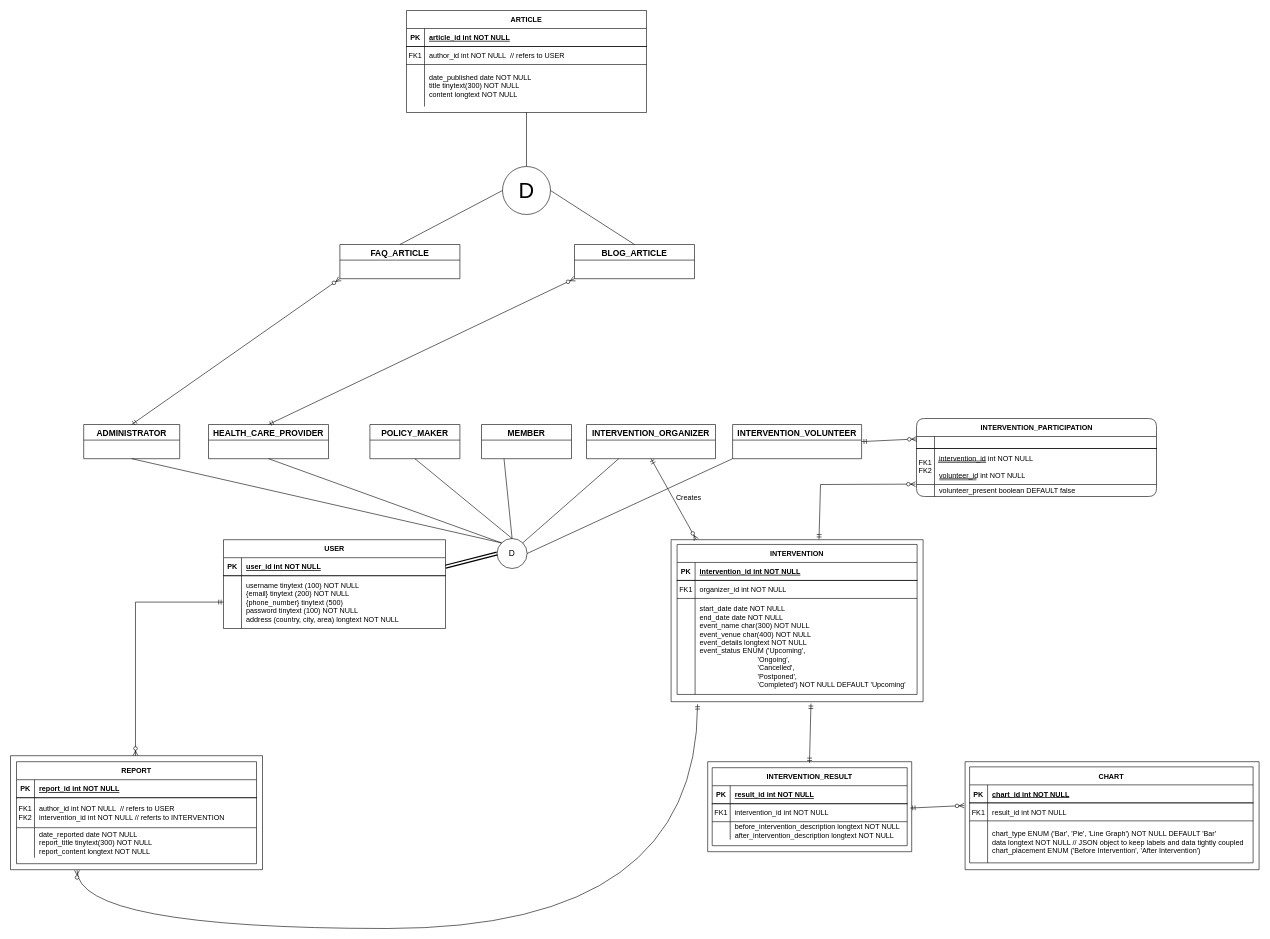
Before: EERD.drawio in BloodRiver/public-health-interventions, a draw.io diagram. Source tidied: cells renumbered, new cells numbered last; positions are measured from the earlier drawing's top-left corner, leaving out a move shared by most shapes. Both pictures are drawn from the tidied source at 60%, with x=0, y=0 at pixel (10, 10).
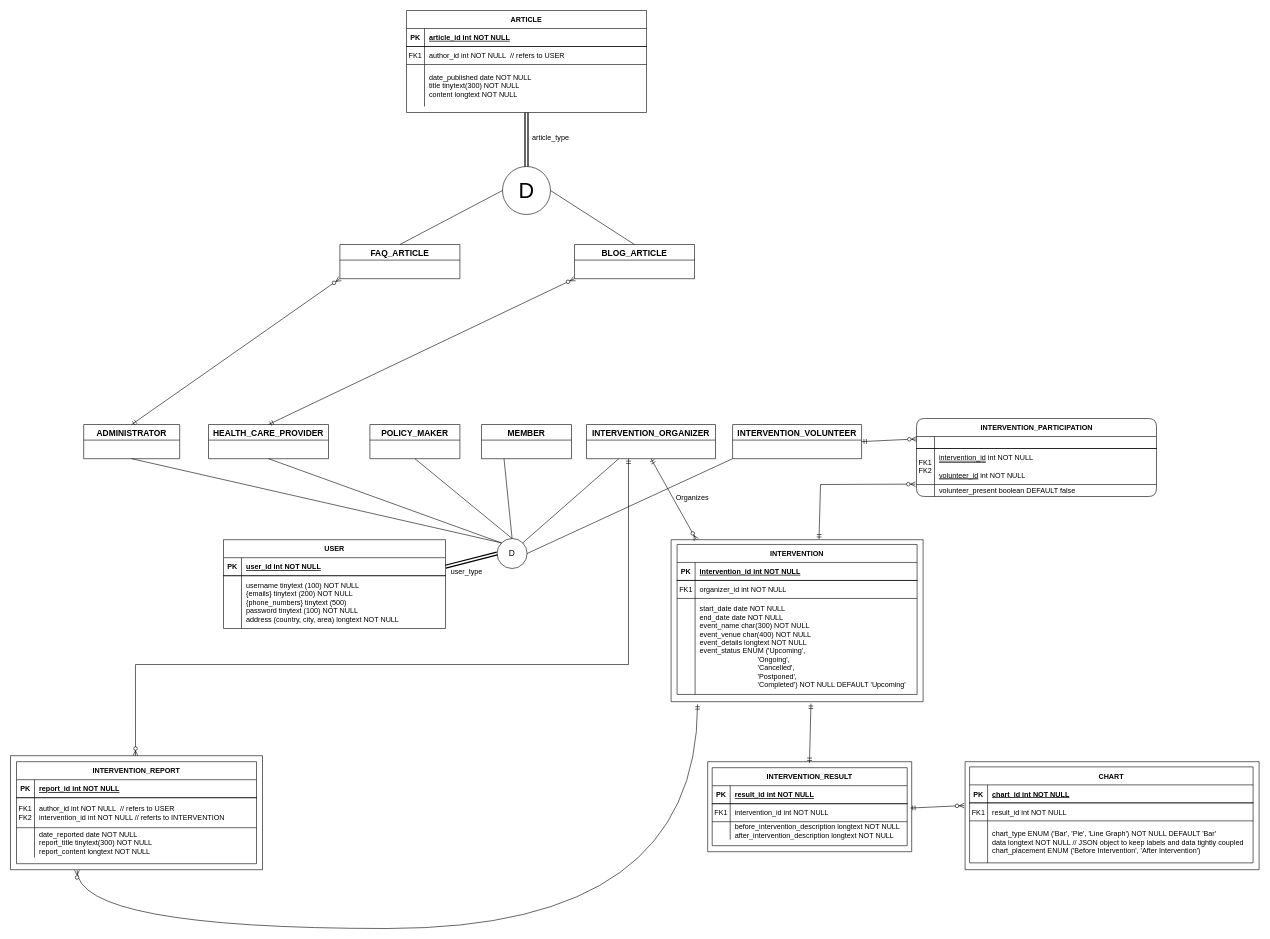
The same page after the edit.

The change refers to these unchanged cells:
```xml
<mxCell id="6" style="shape=partialRectangle;fillColor=none;points=[[0,0.5],[1,0.5]];portConstraint=eastwest;top=0;left=0;right=0;bottom=0;" parent="2" vertex="1">
  <mxGeometry y="60" width="370" height="88" as="geometry" />
</mxCell>
<mxCell id="48" value="ARTICLE" style="shape=table;startSize=30;childLayout=tableLayout;rowLines=1;fontStyle=1;align=center;strokeColor=default;noLabel=0;" parent="1" vertex="1">
  <mxGeometry x="660" width="400" height="170" as="geometry" />
</mxCell>
<mxCell id="68" value="&lt;font style=&quot;font-size: 36px;&quot;&gt;D&lt;/font&gt;" style="ellipse;whiteSpace=wrap;html=1;" parent="1" vertex="1">
  <mxGeometry x="820" y="260" width="80" height="80" as="geometry" />
</mxCell>
<mxCell id="74" style="group;" parent="1" vertex="1">
  <mxGeometry y="1242" width="420" height="190" as="geometry" />
</mxCell>
<mxCell id="75" style="verticalLabelPosition=bottom;verticalAlign=top;html=1;shape=mxgraph.basic.rect;fillColor2=none;strokeWidth=1;size=20;indent=5;fillColor=none;" parent="74" vertex="1">
  <mxGeometry width="420" height="190" as="geometry" />
</mxCell>
<mxCell id="97" style="group;" parent="1" vertex="1">
  <mxGeometry x="1510" y="680" width="400" height="130" as="geometry" />
</mxCell>
<mxCell id="102" style="shape=partialRectangle;fillColor=none;points=[[0,0.5],[1,0.5]];portConstraint=eastwest;top=0;left=0;right=0;bottom=0;" parent="98" vertex="1">
  <mxGeometry y="50" width="400" height="60" as="geometry" />
</mxCell>
```

The edit, as a diff of the source:
```diff
@@
-    <mxCell id="8" value="username tinytext (100) NOT NULL&#10;{email} tinytext (200) NOT NULL&#10;{phone_number} tinytext (500)&#10;password tinytext (100) NOT NULL&#10;address (country, city, area) longtext NOT NULL" style="shape=partialRectangle;overflow=hidden;fillColor=none;top=0;left=0;bottom=0;right=0;align=left;spacingLeft=6;" parent="6" vertex="1">
+    <mxCell id="8" value="username tinytext (100) NOT NULL&#10;{emails} tinytext (200) NOT NULL&#10;{phone_numbers} tinytext (500)&#10;password tinytext (100) NOT NULL&#10;address (country, city, area) longtext NOT NULL" style="shape=partialRectangle;overflow=hidden;fillColor=none;top=0;left=0;bottom=0;right=0;align=left;spacingLeft=6;" parent="6" vertex="1">
       <mxGeometry x="30" width="340" height="88" as="geometry" />
     </mxCell>
@@
-    <mxCell id="58" style="edgeStyle=orthogonalEdgeStyle;fontSize=12;html=1;endArrow=ERzeroToMany;startArrow=ERmandOne;rounded=0;exitX=0;exitY=0.5;exitDx=0;exitDy=0;entryX=0.496;entryY=0;entryDx=0;entryDy=0;entryPerimeter=0;" parent="1" edge="1" source="6" target="75">
-      <mxGeometry relative="1" as="geometry" />
+    <mxCell id="58" style="edgeStyle=orthogonalEdgeStyle;fontSize=12;html=1;endArrow=ERzeroToMany;startArrow=ERmandOne;rounded=0;entryX=0.496;entryY=0;entryDx=0;entryDy=0;entryPerimeter=0;" parent="1" edge="1" target="75">
+      <mxGeometry relative="1" as="geometry">
+        <mxPoint x="1030" y="747" as="sourcePoint" />
+        <Array as="points">
+          <mxPoint x="1030" y="747" />
+          <mxPoint x="1030" y="1090" />
+          <mxPoint x="208" y="1090" />
+        </Array>
+      </mxGeometry>
     </mxCell>
@@
-    <mxCell id="69" style="endArrow=none;html=1;rounded=0;entryX=0.5;entryY=1;entryDx=0;entryDy=0;exitX=0.5;exitY=0;exitDx=0;exitDy=0;" parent="1" edge="1" source="68" target="48">
+    <mxCell id="69" style="endArrow=none;html=1;rounded=0;entryX=0.5;entryY=1;entryDx=0;entryDy=0;exitX=0.5;exitY=0;exitDx=0;exitDy=0;shape=link;strokeWidth=2;" parent="1" edge="1" source="68" target="48">
       <mxGeometry relative="1" as="geometry" />
     </mxCell>
@@
-    <mxCell id="76" value="REPORT" style="shape=table;startSize=30;childLayout=tableLayout;rowLines=1;fontStyle=1;align=center;strokeColor=default;noLabel=0;" parent="74" vertex="1">
+    <mxCell id="76" value="INTERVENTION_REPORT" style="shape=table;startSize=30;childLayout=tableLayout;rowLines=1;fontStyle=1;align=center;strokeColor=default;noLabel=0;" parent="74" vertex="1">
       <mxGeometry x="10" y="10" width="400" height="170" as="geometry" />
     </mxCell>
@@
-    <mxCell id="96" value="Creates" style="text;html=1;align=center;verticalAlign=middle;strokeColor=none;fillColor=none;" parent="1" vertex="1">
-      <mxGeometry x="1095" y="798" width="70" height="30" as="geometry" />
+    <mxCell id="96" value="Organizes" style="text;html=1;align=center;verticalAlign=middle;strokeColor=none;fillColor=none;" parent="1" vertex="1">
+      <mxGeometry x="1096" y="798" width="80" height="30" as="geometry" />
     </mxCell>
@@
-    <mxCell id="104" value="intervention_id int NOT NULL&#10;&#10;volunteer_id int NOT NULL" style="shape=partialRectangle;overflow=hidden;fillColor=none;top=0;left=0;bottom=0;right=0;align=left;spacingLeft=6;fontStyle=0;" parent="102" vertex="1">
+    <mxCell id="104" value="&lt;u style=&quot;text-decoration: double underline;&quot;&gt;intervention_id&lt;/u&gt; int NOT NULL&lt;br&gt;&lt;br&gt;&lt;u style=&quot;text-decoration: double underline;&quot;&gt;volunteer_id&lt;/u&gt; int NOT NULL" style="shape=partialRectangle;overflow=hidden;fillColor=none;top=0;left=0;bottom=0;right=0;align=left;spacingLeft=6;fontStyle=0;html=1;" parent="102" vertex="1">
       <mxGeometry x="30" width="370" height="60" as="geometry" />
     </mxCell>
@@
-    <mxCell id="108" style="endArrow=none;html=1;rounded=0;shape=link;strokeWidth=1;sourcePerimeterSpacing=0;targetPerimeterSpacing=1;width=-2.413793103448276;" parent="97" edge="1">
-      <mxGeometry relative="1" as="geometry">
-        <mxPoint x="36" y="72" as="sourcePoint" />
-        <mxPoint x="116" y="72" as="targetPoint" />
-      </mxGeometry>
-    </mxCell>
-    <mxCell id="109" style="endArrow=none;html=1;rounded=0;shape=link;strokeWidth=1;sourcePerimeterSpacing=0;targetPerimeterSpacing=1;width=-2.413793103448276;" parent="97" edge="1">
-      <mxGeometry relative="1" as="geometry">
-        <mxPoint x="38" y="101" as="sourcePoint" />
-        <mxPoint x="100" y="101" as="targetPoint" />
-      </mxGeometry>
-    </mxCell>
+    <mxCell id="110" value="article_type" style="text;html=1;align=center;verticalAlign=middle;strokeColor=none;fillColor=none;" parent="1" vertex="1">
+      <mxGeometry x="860" y="198" width="80" height="30" as="geometry" />
+    </mxCell>
+    <mxCell id="111" value="user_type" style="text;html=1;align=center;verticalAlign=middle;strokeColor=none;fillColor=none;" parent="1" vertex="1">
+      <mxGeometry x="720" y="921" width="80" height="30" as="geometry" />
+    </mxCell>
```
